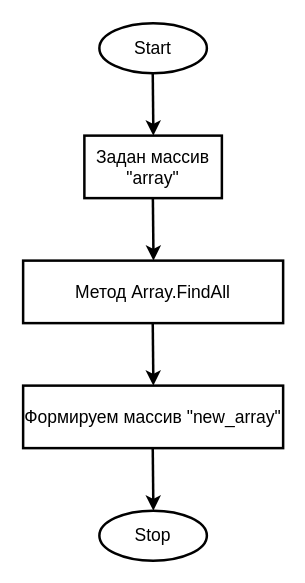
The draw.io diagram final_work/block.drawio in KolesnikPav/final_work, before the edit. Source tidied: cells renumbered, new cells numbered last; positions are measured from the earlier drawing's top-left corner, leaving out a move shared by most shapes. Both pictures are drawn from the tidied source at 125%, with x=0, y=0 at pixel (22, 22).
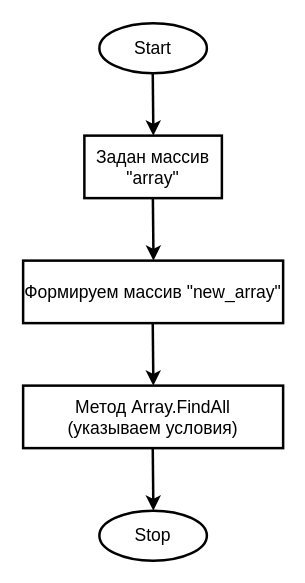
Above is the later version.

What changed in the source:
```diff
@@
 <mxGraphModel>
   <root>
     <mxCell id="0" />
     <mxCell id="1" parent="0" />
     <mxCell id="2" value="&lt;font style=&quot;font-size: 14px&quot;&gt;Start&lt;/font&gt;" style="ellipse;whiteSpace=wrap;html=1;strokeWidth=2;perimeterSpacing=0;" parent="1" vertex="1">
       <mxGeometry x="61" width="86" height="40" as="geometry" />
     </mxCell>
     <mxCell id="3" style="endArrow=classic;html=1;strokeWidth=2;" parent="1" edge="1">
       <mxGeometry relative="1" as="geometry">
         <mxPoint x="103.7" y="40" as="sourcePoint" />
         <mxPoint x="104.2" y="90" as="targetPoint" />
       </mxGeometry>
     </mxCell>
     <mxCell id="4" value="Задан массив &quot;array&quot;" style="rounded=0;whiteSpace=wrap;html=1;fontSize=14;strokeWidth=2;" parent="1" vertex="1">
       <mxGeometry x="49" y="90" width="110" height="50" as="geometry" />
     </mxCell>
     <mxCell id="5" style="endArrow=classic;html=1;strokeWidth=2;" parent="1" edge="1">
       <mxGeometry relative="1" as="geometry">
         <mxPoint x="103.8" y="140" as="sourcePoint" />
         <mxPoint x="104.3" y="190" as="targetPoint" />
       </mxGeometry>
     </mxCell>
-    <mxCell id="6" value="Метод Array.FindAll" style="rounded=0;whiteSpace=wrap;html=1;fontSize=14;strokeWidth=2;" parent="1" vertex="1">
-      <mxGeometry y="190" width="208" height="50" as="geometry" />
+    <mxCell id="6" value="Метод Array.FindAll&lt;br&gt;(указываем условия)" style="rounded=0;whiteSpace=wrap;html=1;fontSize=14;strokeWidth=2;" parent="1" vertex="1">
+      <mxGeometry y="290" width="208" height="50" as="geometry" />
     </mxCell>
     <mxCell id="7" style="endArrow=classic;html=1;strokeWidth=2;" parent="1" edge="1">
       <mxGeometry relative="1" as="geometry">
         <mxPoint x="103.7" y="240" as="sourcePoint" />
         <mxPoint x="104.2" y="290" as="targetPoint" />
       </mxGeometry>
     </mxCell>
     <mxCell id="8" value="Формируем массив &quot;new_array&quot;" style="rounded=0;whiteSpace=wrap;html=1;fontSize=14;strokeWidth=2;" parent="1" vertex="1">
-      <mxGeometry y="290" width="208" height="50" as="geometry" />
+      <mxGeometry y="190" width="208" height="50" as="geometry" />
     </mxCell>
     <mxCell id="9" style="endArrow=classic;html=1;strokeWidth=2;" parent="1" edge="1">
       <mxGeometry relative="1" as="geometry">
         <mxPoint x="103.7" y="340" as="sourcePoint" />
         <mxPoint x="104.2" y="390" as="targetPoint" />
       </mxGeometry>
     </mxCell>
     <mxCell id="10" value="&lt;font style=&quot;font-size: 14px&quot;&gt;Stop&lt;/font&gt;" style="ellipse;whiteSpace=wrap;html=1;strokeWidth=2;perimeterSpacing=0;" parent="1" vertex="1">
       <mxGeometry x="61" y="390" width="86" height="40" as="geometry" />
     </mxCell>
   </root>
 </mxGraphModel>
```
